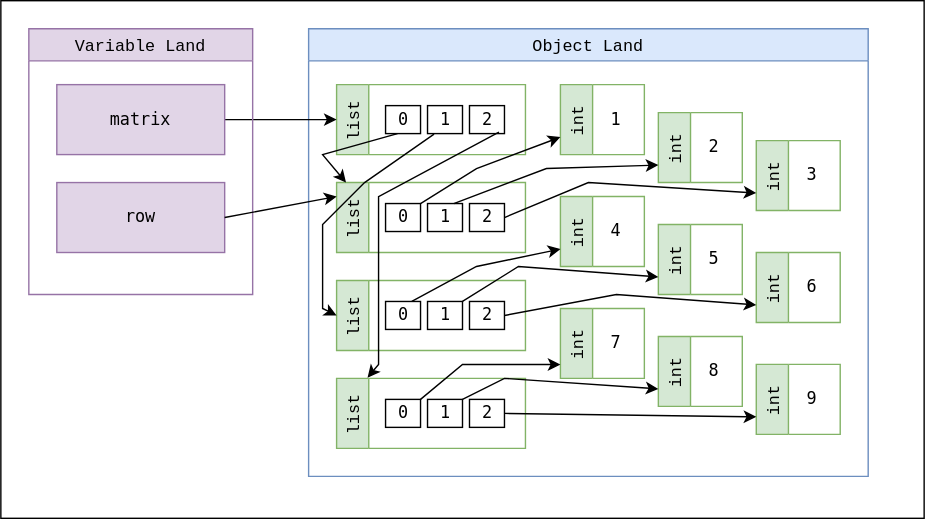
This is source/images/data-structures-diagram.svg from treyhunner/treyhunner.github.com, a draw.io export, as it was before one commit. Source tidied: cells renumbered, new cells last; positions are measured from the earlier drawing's top-left corner, leaving out a move shared by most shapes.
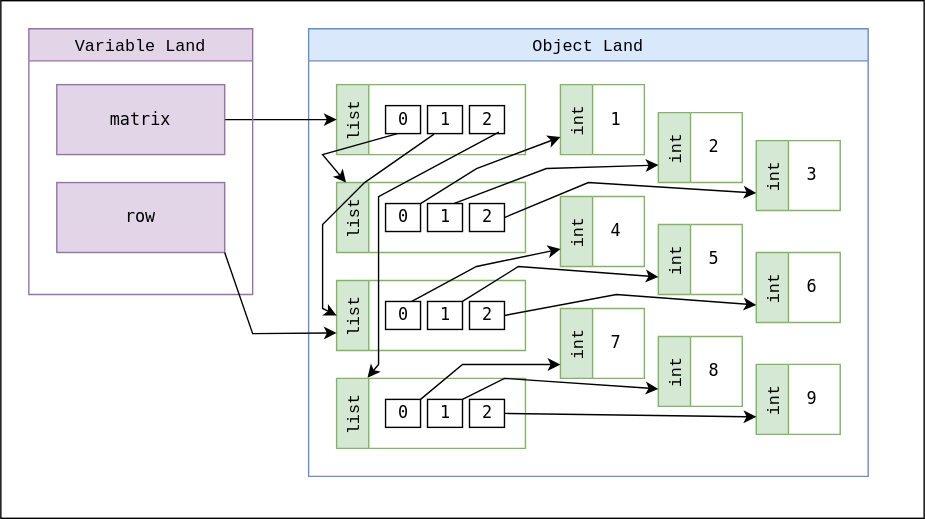
Above is the later version.

Commit message:
Update variables and values

Diff of the diagram source:
```diff
@@ -223,9 +223,11 @@
     <mxCell id="64" style="endArrow=classic;html=1;rounded=0;fontFamily=Courier New;fontSize=12;entryX=0;entryY=0.75;entryDx=0;entryDy=0;exitX=1;exitY=0.5;exitDx=0;exitDy=0;" parent="1" edge="1" source="46" target="55">
       <mxGeometry relative="1" as="geometry" />
     </mxCell>
-    <mxCell id="65" style="endArrow=classic;html=1;rounded=0;fontFamily=Courier New;fontSize=12;exitX=1;exitY=0.5;exitDx=0;exitDy=0;" parent="1" edge="1" source="28">
+    <mxCell id="65" style="endArrow=classic;html=1;rounded=0;fontFamily=Courier New;fontSize=12;exitX=1;exitY=1;exitDx=0;exitDy=0;entryX=0;entryY=0.75;entryDx=0;entryDy=0;" parent="1" edge="1" source="28" target="36">
       <mxGeometry relative="1" as="geometry">
-        <mxPoint x="240" y="140" as="targetPoint" />
+        <Array as="points">
+          <mxPoint x="180" y="238" />
+        </Array>
       </mxGeometry>
     </mxCell>
     <mxCell id="66" style="endArrow=classic;html=1;rounded=0;fontFamily=Courier New;fontSize=12;entryX=0.05;entryY=0;entryDx=0;entryDy=0;exitX=0.342;exitY=1.003;exitDx=0;exitDy=0;exitPerimeter=0;entryPerimeter=0;" parent="1" edge="1" source="5" target="29">
```
